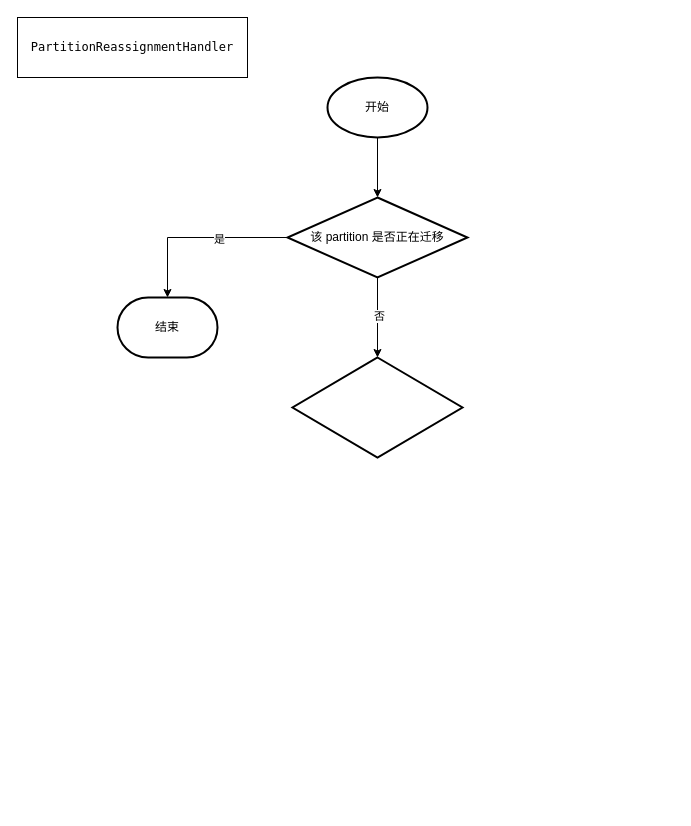
Above: page "副本迁移" (3 of 3) of kafka_controller.drawio in chuyuqiao/gogogo (draw.io), before the change. Source tidied: cells renumbered, new cells numbered last; positions are measured from the earlier drawing's top-left corner, leaving out a move shared by most shapes. Both pictures are drawn from the tidied source at 100%, with x=0, y=0 at pixel (17, 17).
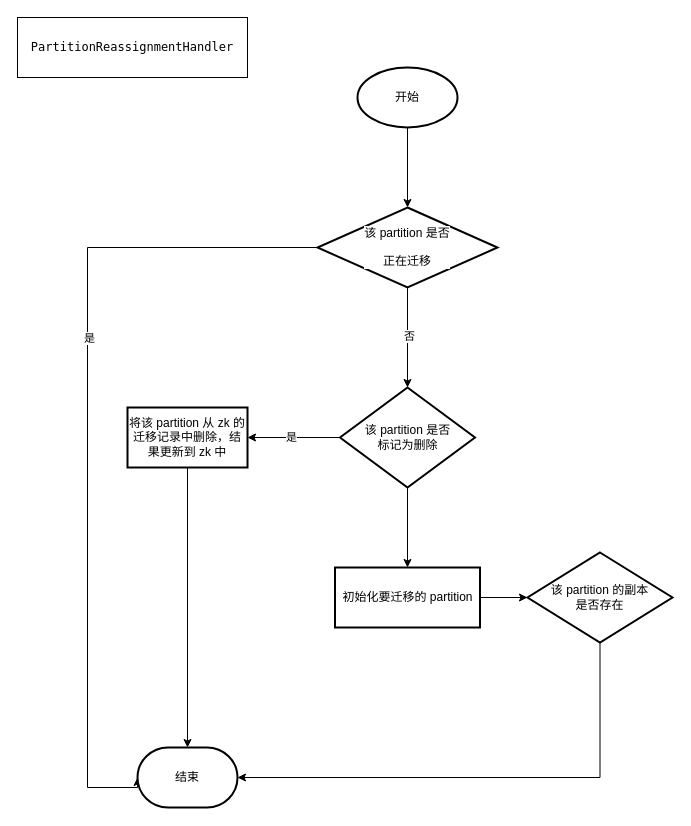
The same page after the edit.

Change to the diagram source:
```diff
@@
-    <mxCell id="3" style="edgeStyle=orthogonalEdgeStyle;rounded=0;jettySize=auto;html=1;exitX=0;exitY=0.5;exitDx=0;exitDy=0;exitPerimeter=0;entryX=0.5;entryY=0;entryDx=0;entryDy=0;entryPerimeter=0;" parent="1" edge="1" source="7" target="10">
-      <mxGeometry relative="1" as="geometry" />
+    <mxCell id="3" style="rounded=0;jettySize=auto;html=1;exitX=0;exitY=0.5;exitDx=0;exitDy=0;exitPerimeter=0;entryX=0;entryY=0.5;entryDx=0;entryDy=0;entryPerimeter=0;edgeStyle=orthogonalEdgeStyle;" parent="1" edge="1" source="7" target="10">
+      <mxGeometry relative="1" as="geometry">
+        <Array as="points">
+          <mxPoint x="70" y="230" />
+          <mxPoint x="70" y="770" />
+        </Array>
+      </mxGeometry>
     </mxCell>
@@
-    <mxCell id="7" value="&lt;pre style=&quot;background-color: rgb(255 , 255 , 255)&quot;&gt;&lt;span style=&quot;font-family: &amp;#34;helvetica&amp;#34;&quot;&gt;该 partition 是否正在迁移&lt;/span&gt;&lt;/pre&gt;" style="strokeWidth=2;html=1;shape=mxgraph.flowchart.decision;whiteSpace=wrap;" parent="1" vertex="1">
-      <mxGeometry x="270" y="180" width="180" height="80" as="geometry" />
+    <mxCell id="7" value="&lt;pre style=&quot;background-color: rgb(255 , 255 , 255)&quot;&gt;&lt;span style=&quot;font-family: &amp;#34;helvetica&amp;#34;&quot;&gt;该 partition 是否&lt;/span&gt;&lt;/pre&gt;&lt;pre style=&quot;background-color: rgb(255 , 255 , 255)&quot;&gt;&lt;span style=&quot;font-family: &amp;#34;helvetica&amp;#34;&quot;&gt;正在迁移&lt;/span&gt;&lt;/pre&gt;" style="strokeWidth=2;html=1;shape=mxgraph.flowchart.decision;whiteSpace=wrap;" parent="1" vertex="1">
+      <mxGeometry x="300" y="190" width="180" height="80" as="geometry" />
     </mxCell>
@@
     <mxCell id="9" value="开始" style="strokeWidth=2;html=1;shape=mxgraph.flowchart.start_1;whiteSpace=wrap;" parent="1" vertex="1">
-      <mxGeometry x="310" y="60" width="100" height="60" as="geometry" />
+      <mxGeometry x="340" y="50" width="100" height="60" as="geometry" />
     </mxCell>
     <mxCell id="10" value="结束" style="strokeWidth=2;html=1;shape=mxgraph.flowchart.terminator;whiteSpace=wrap;" parent="1" vertex="1">
-      <mxGeometry x="100" y="280" width="100" height="60" as="geometry" />
+      <mxGeometry x="120" y="730" width="100" height="60" as="geometry" />
     </mxCell>
+    <mxCell id="12" style="rounded=0;jettySize=auto;html=1;entryX=1;entryY=0.5;entryDx=0;entryDy=0;exitX=0;exitY=0.5;exitDx=0;exitDy=0;" parent="1" edge="1" source="11" target="16">
+      <mxGeometry relative="1" as="geometry" />
+    </mxCell>
+    <mxCell id="13" value="是" style="edgeLabel;html=1;align=center;verticalAlign=middle;" parent="12" vertex="1">
+      <mxGeometry x="0.07" relative="1" as="geometry">
+        <mxPoint y="-1" as="offset" />
+      </mxGeometry>
+    </mxCell>
+    <mxCell id="14" style="edgeStyle=none;rounded=0;jettySize=auto;html=1;" parent="1" edge="1" source="11" target="18">
+      <mxGeometry relative="1" as="geometry" />
+    </mxCell>
-    <mxCell id="11" style="rhombus;whiteSpace=wrap;html=1;strokeWidth=2;" parent="1" vertex="1">
-      <mxGeometry x="275" y="340" width="170" height="100" as="geometry" />
+    <mxCell id="11" value="该 partition 是否&lt;br&gt;标记为删除" style="rhombus;whiteSpace=wrap;html=1;strokeWidth=2;" parent="1" vertex="1">
+      <mxGeometry x="322.5" y="370" width="135" height="100" as="geometry" />
     </mxCell>
+    <mxCell id="15" style="edgeStyle=none;rounded=0;jettySize=auto;html=1;exitX=0.5;exitY=0;exitDx=0;exitDy=0;" parent="1" edge="1" source="16" target="10">
+      <mxGeometry relative="1" as="geometry" />
+    </mxCell>
+    <mxCell id="16" value="&lt;span&gt;将该 partition 从 zk 的迁移记录中删除，结果更新到 zk 中&lt;/span&gt;" style="whiteSpace=wrap;html=1;strokeWidth=2;" parent="1" vertex="1">
+      <mxGeometry x="110" y="390" width="120" height="60" as="geometry" />
+    </mxCell>
+    <mxCell id="17" style="edgeStyle=none;rounded=0;jettySize=auto;html=1;" parent="1" edge="1" source="18" target="20">
+      <mxGeometry relative="1" as="geometry" />
+    </mxCell>
+    <mxCell id="18" value="初始化要迁移的 partition" style="whiteSpace=wrap;html=1;strokeWidth=2;" parent="1" vertex="1">
+      <mxGeometry x="317.5" y="550" width="145" height="60" as="geometry" />
+    </mxCell>
+    <mxCell id="19" style="edgeStyle=orthogonalEdgeStyle;rounded=0;jettySize=auto;html=1;exitX=0.5;exitY=1;exitDx=0;exitDy=0;entryX=1;entryY=0.5;entryDx=0;entryDy=0;entryPerimeter=0;" parent="1" edge="1" source="20" target="10">
+      <mxGeometry relative="1" as="geometry" />
+    </mxCell>
+    <mxCell id="20" value="该 partition 的副本&lt;br&gt;是否存在" style="rhombus;whiteSpace=wrap;html=1;strokeWidth=2;" parent="1" vertex="1">
+      <mxGeometry x="510" y="535" width="145" height="90" as="geometry" />
+    </mxCell>
```
